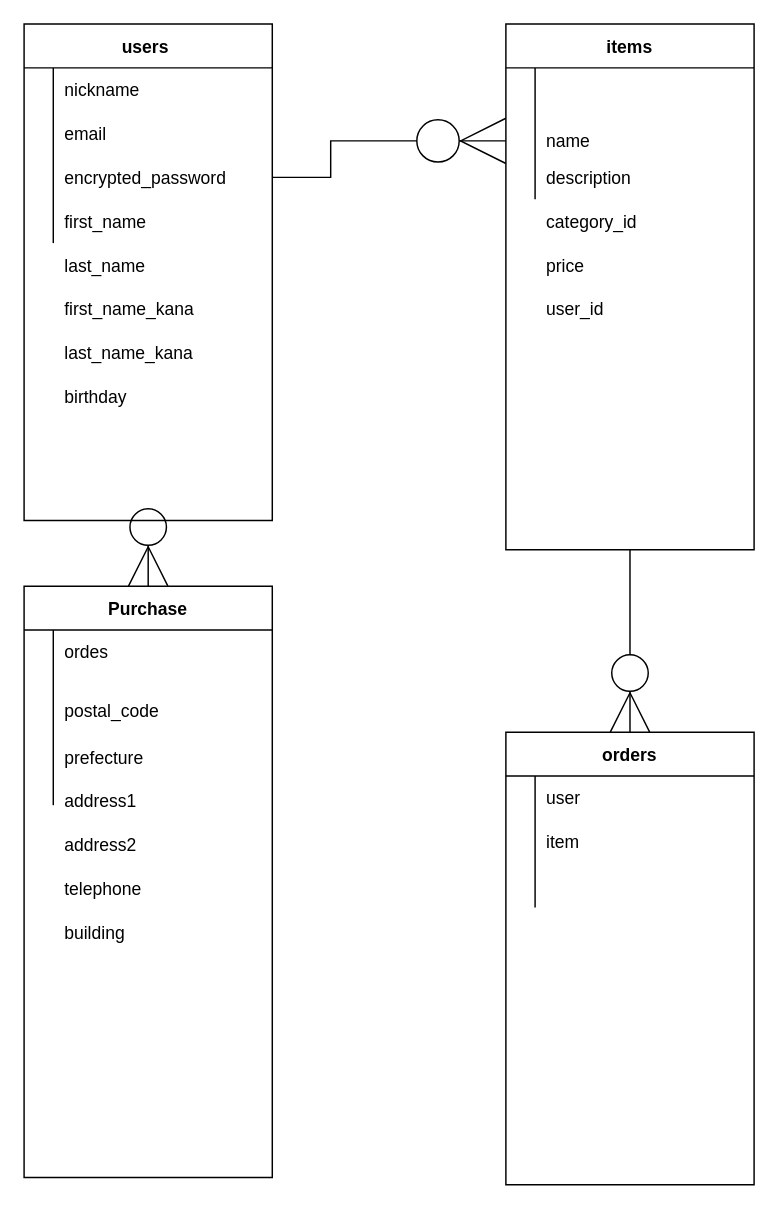
Earlier version of the draw.io diagram test.dio (koji0805/furima-22136). Source tidied: cells renumbered, new cells numbered last; positions are measured from the earlier drawing's top-left corner, leaving out a move shared by most shapes. Both pictures are drawn from the tidied source at 146%, with x=0, y=0 at pixel (23, 23).
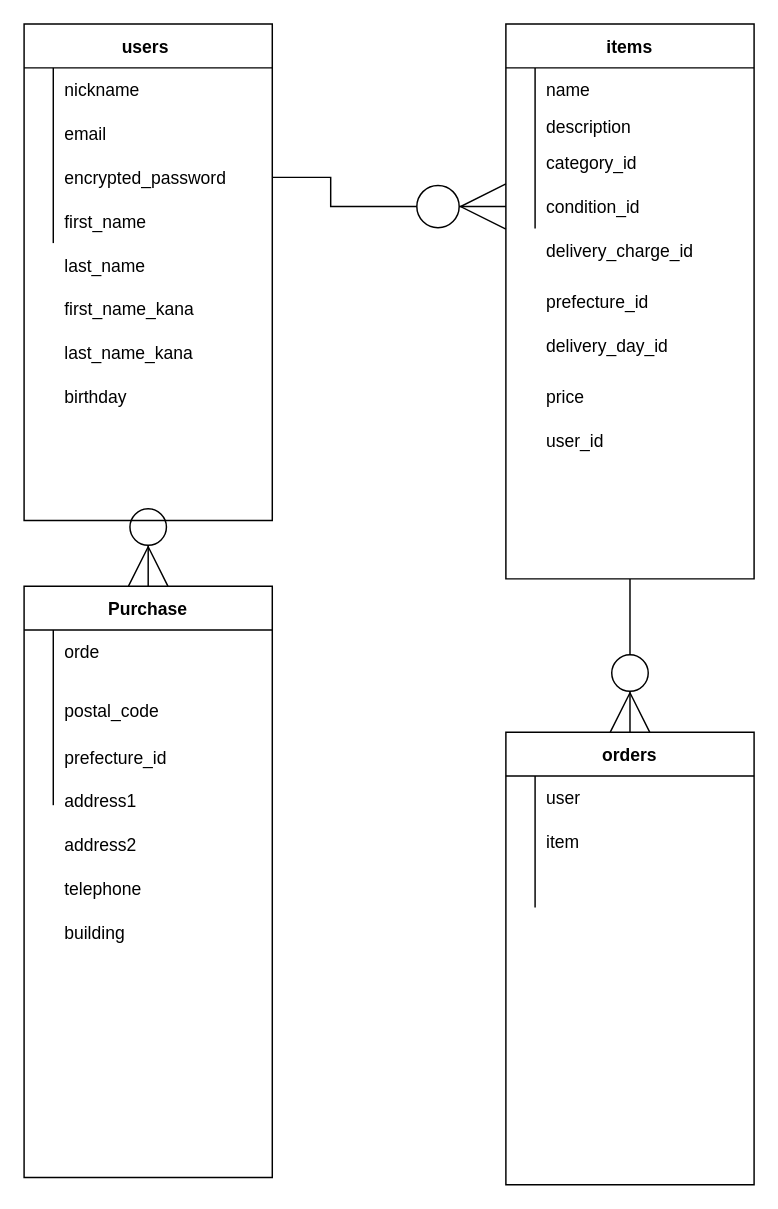
The same page after the edit.

Unchanged cells that the change refers to:
```xml
<mxCell id="37" style="shape=partialRectangle;fillColor=none;top=0;left=0;bottom=0;right=0;" parent="36" vertex="1">
  <mxGeometry y="30" width="170" height="30" as="geometry" />
</mxCell>
```

What changed in the source:
```diff
@@
     <mxCell id="21" value="items" style="shape=table;startSize=30;childLayout=tableLayout;rowLines=0;fontStyle=1;align=center;" parent="1" vertex="1">
-      <mxGeometry x="330" width="170" height="360" as="geometry" />
+      <mxGeometry x="330" width="170" height="380" as="geometry" />
     </mxCell>
     <mxCell id="22" style="shape=partialRectangle;fillColor=none;top=0;left=0;bottom=0;right=0;" parent="21" vertex="1">
-      <mxGeometry y="30" width="170" height="20" as="geometry" />
+      <mxGeometry y="30" width="170" height="30" as="geometry" />
     </mxCell>
     <mxCell id="23" style="shape=partialRectangle;fillColor=none;top=0;left=0;bottom=0;right=0;overflow=hidden;" parent="22" vertex="1">
-      <mxGeometry width="20" height="20" as="geometry" />
+      <mxGeometry width="20" height="30" as="geometry" />
     </mxCell>
-    <mxCell id="24" style="shape=partialRectangle;fillColor=none;top=0;left=0;bottom=0;right=0;align=left;spacingLeft=6;overflow=hidden;" parent="22" vertex="1">
-      <mxGeometry x="20" width="150" height="20" as="geometry" />
+    <mxCell id="24" value="name " style="shape=partialRectangle;fillColor=none;top=0;left=0;bottom=0;right=0;align=left;spacingLeft=6;overflow=hidden;" parent="22" vertex="1">
+      <mxGeometry x="20" width="150" height="30" as="geometry" />
     </mxCell>
     <mxCell id="25" style="shape=partialRectangle;fillColor=none;top=0;left=0;bottom=0;right=0;" parent="21" vertex="1">
-      <mxGeometry y="50" width="170" height="20" as="geometry" />
+      <mxGeometry y="60" width="170" height="20" as="geometry" />
     </mxCell>
@@
-    <mxCell id="27" style="shape=partialRectangle;fillColor=none;top=0;left=0;bottom=0;right=0;align=left;spacingLeft=6;overflow=hidden;" parent="25" vertex="1">
+    <mxCell id="27" value="description" style="shape=partialRectangle;fillColor=none;top=0;left=0;bottom=0;right=0;align=left;spacingLeft=6;overflow=hidden;" parent="25" vertex="1">
       <mxGeometry x="20" width="150" height="20" as="geometry" />
     </mxCell>
+    <mxCell id="31" style="shape=partialRectangle;fillColor=none;top=0;left=0;bottom=0;right=0;" parent="21" vertex="1">
+      <mxGeometry y="80" width="170" height="30" as="geometry" />
+    </mxCell>
+    <mxCell id="32" style="shape=partialRectangle;fillColor=none;top=0;left=0;bottom=0;right=0;overflow=hidden;" parent="31" vertex="1">
+      <mxGeometry width="20" height="30" as="geometry" />
+    </mxCell>
+    <mxCell id="33" value="category_id" style="shape=partialRectangle;fillColor=none;top=0;left=0;bottom=0;right=0;align=left;spacingLeft=6;overflow=hidden;" parent="31" vertex="1">
+      <mxGeometry x="20" width="150" height="30" as="geometry" />
+    </mxCell>
     <mxCell id="28" style="shape=partialRectangle;fillColor=none;top=0;left=0;bottom=0;right=0;points=[[0,0.5],[1,0.5]];portConstraint=eastwest;" parent="21" vertex="1">
-      <mxGeometry y="70" width="170" height="20" as="geometry" />
+      <mxGeometry y="110" width="170" height="30" as="geometry" />
     </mxCell>
     <mxCell id="29" style="shape=partialRectangle;fillColor=none;top=0;left=0;bottom=0;right=0;overflow=hidden;" parent="28" vertex="1">
-      <mxGeometry width="20" height="20" as="geometry" />
+      <mxGeometry width="20" height="30" as="geometry" />
     </mxCell>
-    <mxCell id="30" value="name " style="shape=partialRectangle;fillColor=none;top=0;left=0;bottom=0;right=0;align=left;spacingLeft=6;overflow=hidden;" parent="28" vertex="1">
-      <mxGeometry x="20" width="150" height="20" as="geometry" />
+    <mxCell id="30" value="condition_id" style="shape=partialRectangle;fillColor=none;top=0;left=0;bottom=0;right=0;align=left;spacingLeft=6;overflow=hidden;" parent="28" vertex="1">
+      <mxGeometry x="20" width="150" height="30" as="geometry" />
     </mxCell>
-    <mxCell id="31" style="shape=partialRectangle;fillColor=none;top=0;left=0;bottom=0;right=0;" parent="21" vertex="1">
-      <mxGeometry y="90" width="170" height="30" as="geometry" />
-    </mxCell>
-    <mxCell id="32" style="shape=partialRectangle;fillColor=none;top=0;left=0;bottom=0;right=0;overflow=hidden;" parent="31" vertex="1">
-      <mxGeometry width="20" height="30" as="geometry" />
-    </mxCell>
-    <mxCell id="33" value="description" style="shape=partialRectangle;fillColor=none;top=0;left=0;bottom=0;right=0;align=left;spacingLeft=6;overflow=hidden;" parent="31" vertex="1">
-      <mxGeometry x="20" width="150" height="30" as="geometry" />
-    </mxCell>
-    <mxCell id="34" value="category_id" style="shape=partialRectangle;fillColor=none;top=0;left=0;bottom=0;right=0;align=left;spacingLeft=6;overflow=hidden;" parent="1" vertex="1">
-      <mxGeometry x="350" y="120" width="150" height="30" as="geometry" />
+    <mxCell id="34" value="delivery_charge_id" style="shape=partialRectangle;fillColor=none;top=0;left=0;bottom=0;right=0;align=left;spacingLeft=6;overflow=hidden;" parent="1" vertex="1">
+      <mxGeometry x="350" y="140" width="150" height="30" as="geometry" />
     </mxCell>
     <mxCell id="35" value="price" style="shape=partialRectangle;fillColor=none;top=0;left=0;bottom=0;right=0;align=left;spacingLeft=6;overflow=hidden;" parent="1" vertex="1">
-      <mxGeometry x="350" y="150" width="150" height="30" as="geometry" />
+      <mxGeometry x="350" y="240" width="150" height="30" as="geometry" />
     </mxCell>
@@
-    <mxCell id="39" value="ordes" style="shape=partialRectangle;fillColor=none;top=0;left=0;bottom=0;right=0;align=left;spacingLeft=6;overflow=hidden;" parent="37" vertex="1">
+    <mxCell id="39" value="orde" style="shape=partialRectangle;fillColor=none;top=0;left=0;bottom=0;right=0;align=left;spacingLeft=6;overflow=hidden;" parent="37" vertex="1">
       <mxGeometry x="20" width="150" height="30" as="geometry" />
     </mxCell>
@@
-    <mxCell id="50" value="prefecture" style="shape=partialRectangle;fillColor=none;top=0;left=0;bottom=0;right=0;align=left;spacingLeft=6;overflow=hidden;" parent="1" vertex="1">
+    <mxCell id="50" value="prefecture_id" style="shape=partialRectangle;fillColor=none;top=0;left=0;bottom=0;right=0;align=left;spacingLeft=6;overflow=hidden;" parent="1" vertex="1">
       <mxGeometry x="20" y="487" width="150" height="30" as="geometry" />
     </mxCell>
@@
     <mxCell id="65" value="user_id" style="shape=partialRectangle;fillColor=none;top=0;left=0;bottom=0;right=0;align=left;spacingLeft=6;overflow=hidden;" parent="1" vertex="1">
-      <mxGeometry x="350" y="180" width="150" height="30" as="geometry" />
+      <mxGeometry x="350" y="270" width="150" height="30" as="geometry" />
     </mxCell>
@@
+    <mxCell id="67" value="prefecture_id" style="shape=partialRectangle;fillColor=none;top=0;left=0;bottom=0;right=0;align=left;spacingLeft=6;overflow=hidden;" parent="1" vertex="1">
+      <mxGeometry x="350" y="175" width="150" height="30" as="geometry" />
+    </mxCell>
+    <mxCell id="68" value="delivery_day_id" style="shape=partialRectangle;fillColor=none;top=0;left=0;bottom=0;right=0;align=left;spacingLeft=6;overflow=hidden;" parent="1" vertex="1">
+      <mxGeometry x="350" y="205" width="150" height="30" as="geometry" />
+    </mxCell>
```
